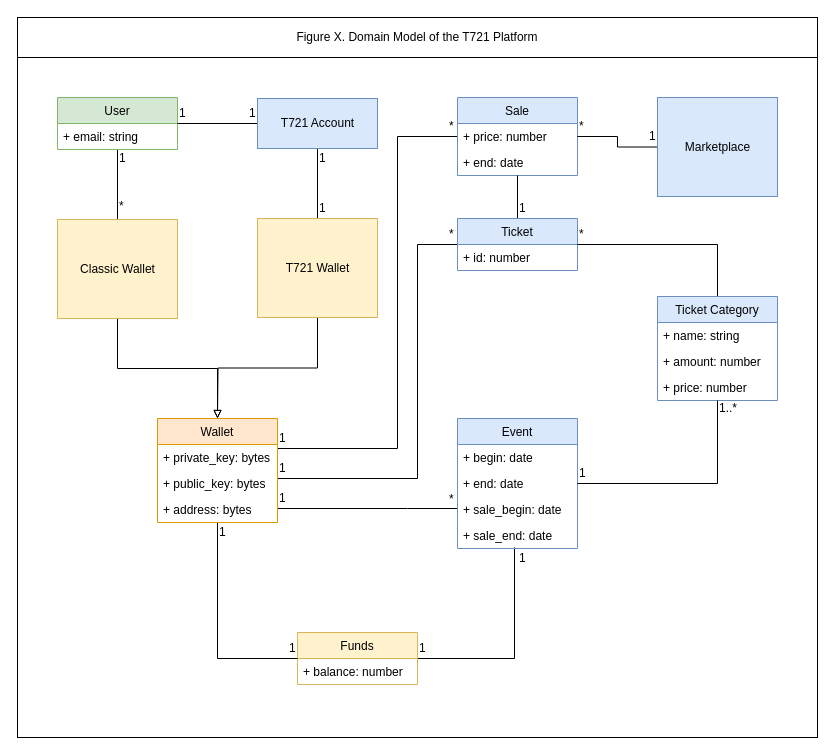
ticket721/env keeps this draw.io diagram as page "domain-model-example" (3 of 11) of docs/psp/resources/psp.drawio. Above is the earlier version. Source tidied: cells renumbered, new cells numbered last; positions are measured from the earlier drawing's top-left corner, leaving out a move shared by most shapes. Both pictures are drawn from the tidied source at 100%, with x=0, y=0 at pixel (17, 17).
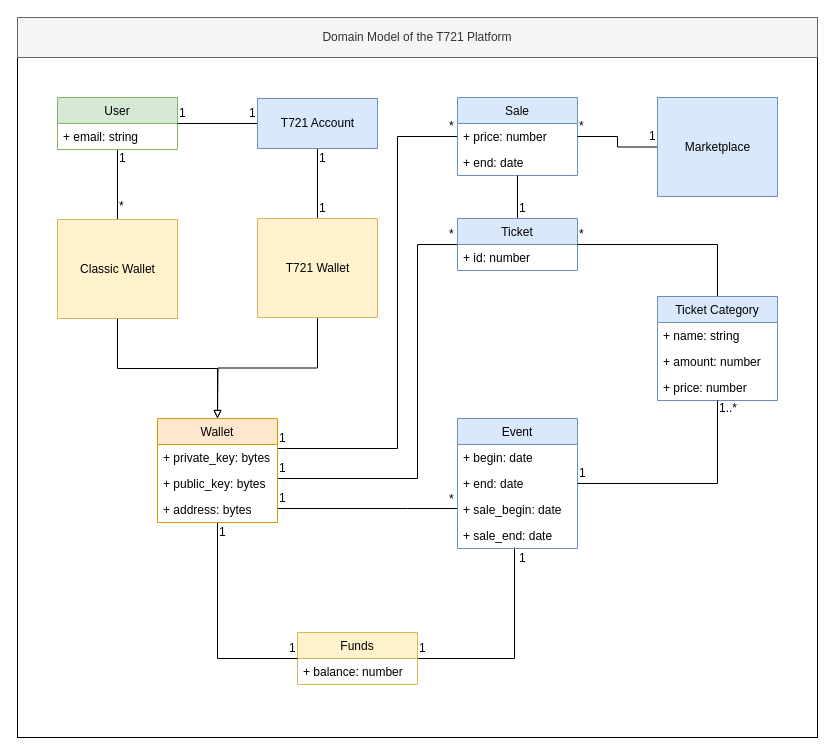
The same diagram, later.

Change to the diagram source:
```diff
@@
-    <mxCell id="3" value="Figure X. Domain Model of the T721 Platform" style="rounded=0;whiteSpace=wrap;html=1;fillColor=#ffffff;" parent="1" vertex="1">
+    <mxCell id="3" value="Domain Model of the T721 Platform" style="rounded=0;whiteSpace=wrap;html=1;fillColor=#f5f5f5;strokeColor=#666666;fontColor=#333333;" parent="1" vertex="1">
       <mxGeometry width="800" height="40" as="geometry" />
     </mxCell>
```
